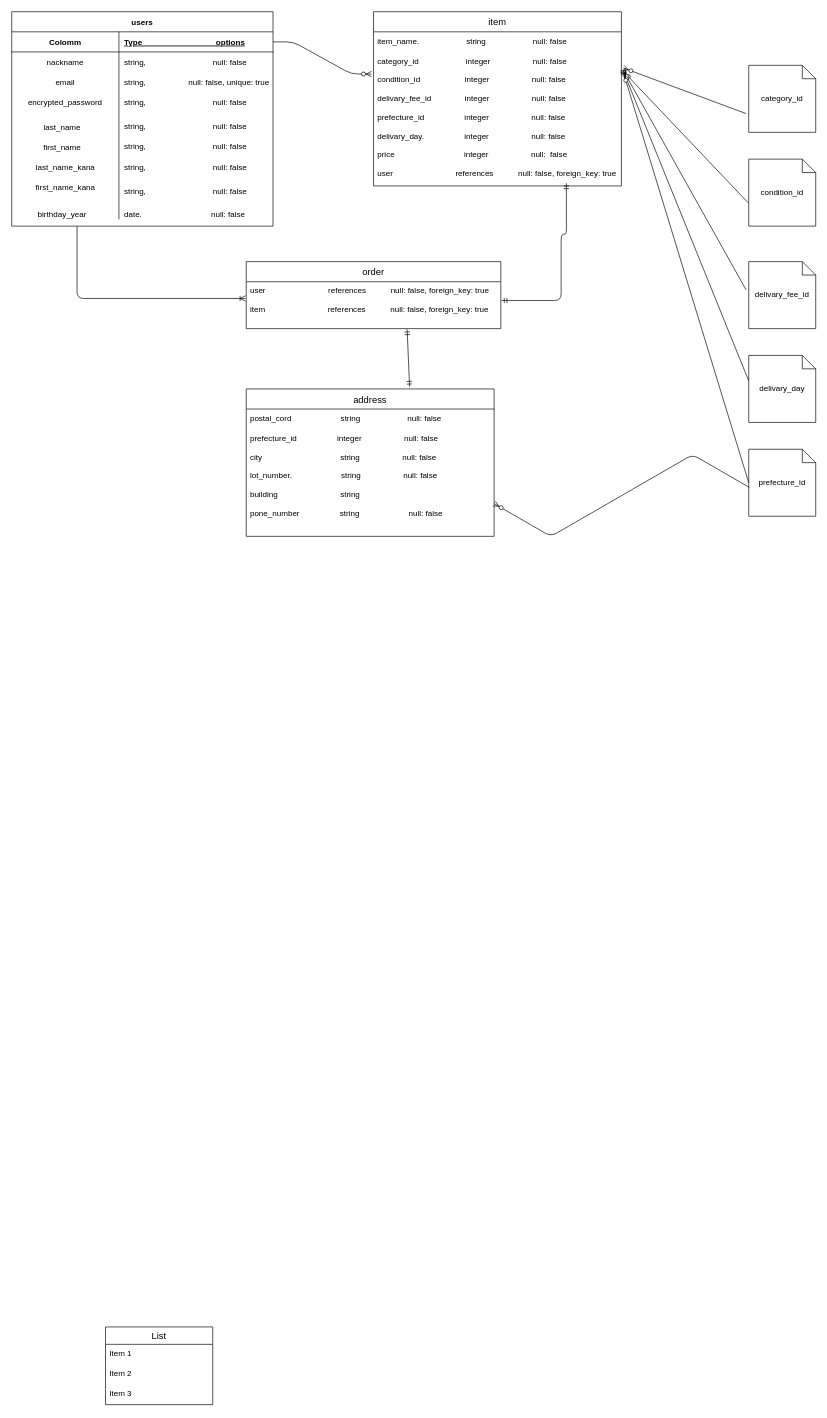
The draw.io diagram furima.dio in YuichiTakaoka/furima-37240, before the edit. Source tidied: cells renumbered, new cells numbered last; positions are measured from the earlier drawing's top-left corner, leaving out a move shared by most shapes. Both pictures are drawn from the tidied source at 67%, with x=0, y=0 at pixel (11, 11).
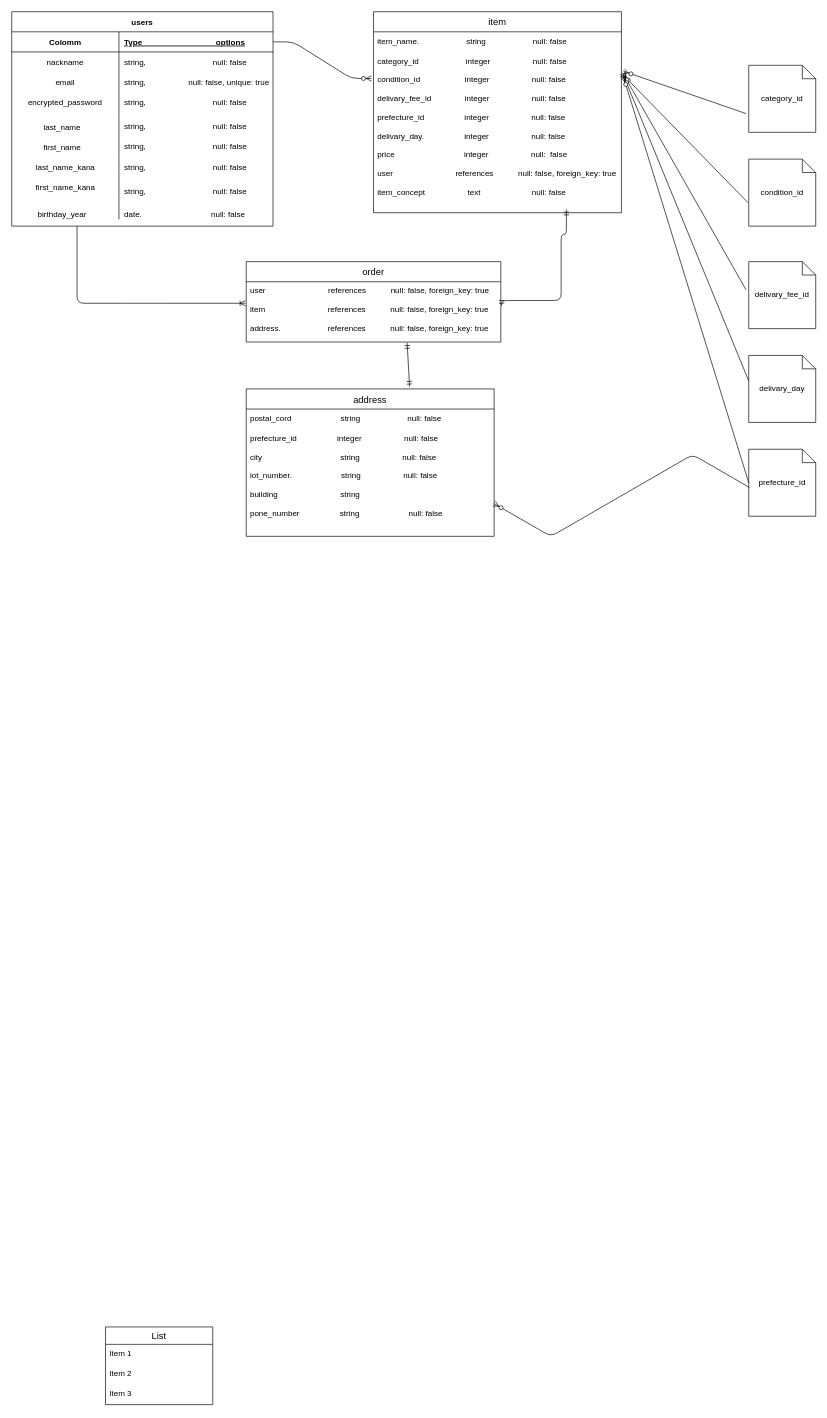
The same page after the edit.

The edit, as a diff of the source:
```diff
@@
     <mxCell id="39" value="item" style="swimlane;fontStyle=0;horizontal=1;startSize=30;align=center;fontSize=14;" parent="1" vertex="1">
-      <mxGeometry x="540" width="370" height="260" as="geometry" />
+      <mxGeometry x="540" width="370" height="300" as="geometry" />
     </mxCell>
@@
-    <mxCell id="41" value="category_id                     integer                   null: false&#10;&#10;condition_id                    integer                   null: false&#10; &#10;delivary_fee_id               integer                   null: false&#10;&#10;prefecture_id                  integer                   null: false&#10;&#10;delivary_day.                  integer                   null: false&#10;&#10;price                               integer                   null:  false&#10;&#10;user                            references           null: false, foreign_key: true" style="text;strokeColor=none;fillColor=none;spacingLeft=4;spacingRight=4;overflow=hidden;points=[[0,0.5],[1,0.5]];portConstraint=eastwest;fontSize=12;" parent="39" vertex="1">
-      <mxGeometry y="60" width="370" height="200" as="geometry" />
+    <mxCell id="41" value="category_id                     integer                   null: false&#10;&#10;condition_id                    integer                   null: false&#10; &#10;delivary_fee_id               integer                   null: false&#10;&#10;prefecture_id                  integer                   null: false&#10;&#10;delivary_day.                  integer                   null: false&#10;&#10;price                               integer                   null:  false&#10;&#10;user                            references           null: false, foreign_key: true&#10;&#10;item_concept                   text                       null: false" style="text;strokeColor=none;fillColor=none;spacingLeft=4;spacingRight=4;overflow=hidden;points=[[0,0.5],[1,0.5]];portConstraint=eastwest;fontSize=12;" parent="39" vertex="1">
+      <mxGeometry y="60" width="370" height="240" as="geometry" />
     </mxCell>
     <mxCell id="42" value="order" style="swimlane;fontStyle=0;horizontal=1;startSize=30;align=center;fontSize=14;" parent="1" vertex="1">
-      <mxGeometry x="350" y="373" width="380" height="100" as="geometry" />
+      <mxGeometry x="350" y="373" width="380" height="120" as="geometry" />
     </mxCell>
-    <mxCell id="43" value="user                            references           null: false, foreign_key: true&#10;&#10;item                            references           null: false, foreign_key: true" style="text;strokeColor=none;fillColor=none;spacingLeft=4;spacingRight=4;overflow=hidden;points=[[0,0.5],[1,0.5]];portConstraint=eastwest;fontSize=12;" parent="42" vertex="1">
-      <mxGeometry y="30" width="380" height="70" as="geometry" />
+    <mxCell id="43" value="user                            references           null: false, foreign_key: true&#10;&#10;item                            references           null: false, foreign_key: true&#10;&#10;address.                     references           null: false, foreign_key: true" style="text;strokeColor=none;fillColor=none;spacingLeft=4;spacingRight=4;overflow=hidden;points=[[0,0.5],[1,0.5]];portConstraint=eastwest;fontSize=12;" parent="42" vertex="1">
+      <mxGeometry y="30" width="380" height="90" as="geometry" />
     </mxCell>
```
